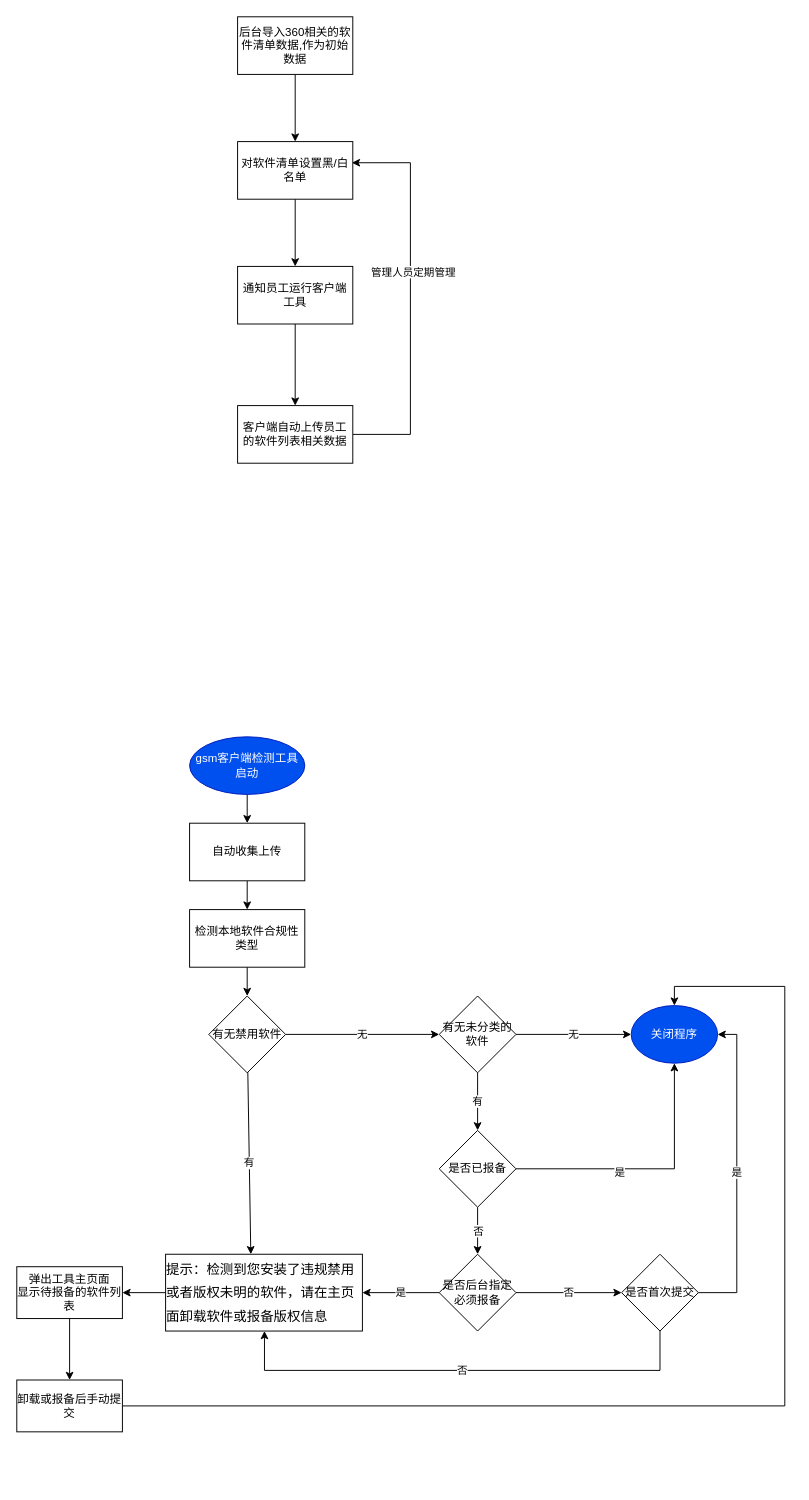
This is page "流程图" (6 of 8) of 正版软件管理.drawio from mashifei/uml, a draw.io file, before an edit. Source tidied: cells renumbered, new cells numbered last; positions are measured from the earlier drawing's top-left corner, leaving out a move shared by most shapes. Both pictures are drawn from the tidied source at 96%, with x=0, y=0 at pixel (16, 16).
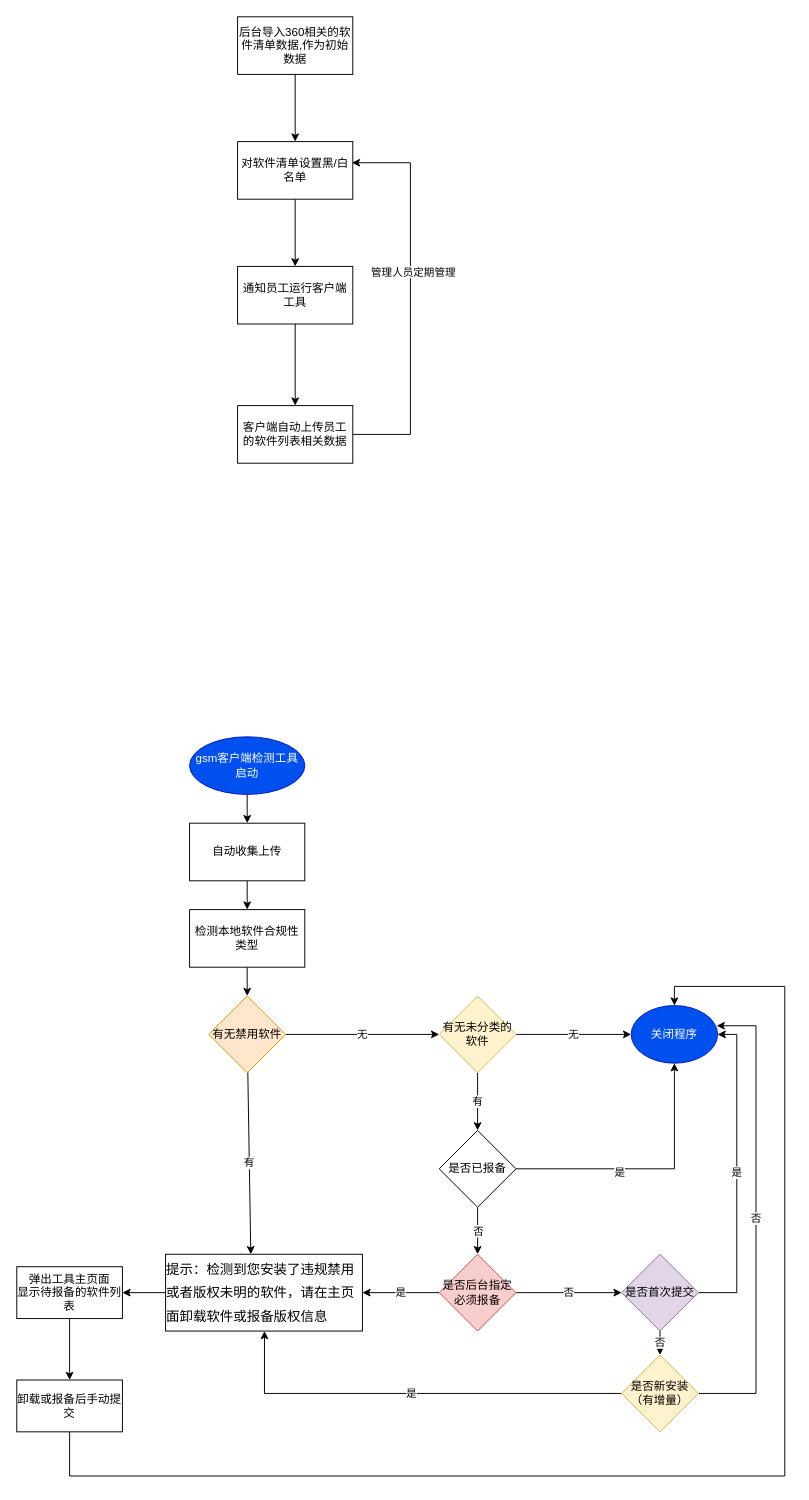
After the change.

Unchanged cells that the change refers to:
```xml
<mxCell id="16" value="&lt;div style=&quot;text-align: left ; line-height: 1.75 ; font-size: 14px&quot;&gt;提示：检测到您安装了违规禁用或者版权未明的软件，请在主页面卸载软件或报备版权信息&lt;/div&gt;" style="rounded=0;whiteSpace=wrap;html=1;" parent="1" vertex="1">
  <mxGeometry x="155" y="1289" width="205" height="80" as="geometry" />
</mxCell>
<mxCell id="25" value="关闭程序" style="ellipse;whiteSpace=wrap;html=1;rounded=1;shadow=0;glass=0;fontColor=#ffffff;align=center;fillColor=#0050ef;strokeColor=#001DBC;" parent="1" vertex="1">
  <mxGeometry x="640" y="1030" width="90" height="60" as="geometry" />
</mxCell>
<mxCell id="39" value="卸载或报备后手动提交" style="rounded=0;whiteSpace=wrap;html=1;" parent="1" vertex="1">
  <mxGeometry y="1420" width="110" height="54" as="geometry" />
</mxCell>
```

What changed in the source:
```diff
@@
-    <mxCell id="19" value="有无禁用软件" style="rhombus;whiteSpace=wrap;html=1;shadow=0;glass=1;align=center;" parent="1" vertex="1">
+    <mxCell id="19" value="有无禁用软件" style="rhombus;whiteSpace=wrap;html=1;shadow=0;glass=1;align=center;fillColor=#ffe6cc;strokeColor=#d79b00;" parent="1" vertex="1">
       <mxGeometry x="200" y="1020" width="80" height="80" as="geometry" />
     </mxCell>
@@
-    <mxCell id="24" value="有无未分类的软件" style="rhombus;whiteSpace=wrap;html=1;shadow=0;glass=1;align=center;" parent="1" vertex="1">
+    <mxCell id="24" value="有无未分类的软件" style="rhombus;whiteSpace=wrap;html=1;shadow=0;glass=1;align=center;fillColor=#fff2cc;strokeColor=#d6b656;" parent="1" vertex="1">
       <mxGeometry x="440" y="1020" width="80" height="80" as="geometry" />
     </mxCell>
@@
-    <mxCell id="34" value="&lt;span&gt;是否后台指定必须报备&lt;/span&gt;" style="rhombus;whiteSpace=wrap;html=1;shadow=0;glass=1;fontColor=#000000;align=center;" parent="1" vertex="1">
+    <mxCell id="34" value="&lt;span&gt;是否后台指定必须报备&lt;/span&gt;" style="rhombus;whiteSpace=wrap;html=1;shadow=0;glass=1;align=center;fillColor=#f8cecc;strokeColor=#b85450;" parent="1" vertex="1">
       <mxGeometry x="440" y="1289" width="80" height="80" as="geometry" />
     </mxCell>
@@
-    <mxCell id="36" value="否" style="edgeStyle=orthogonalEdgeStyle;rounded=0;jettySize=auto;html=1;endArrow=classic;endFill=1;fontColor=#000000;" parent="1" edge="1" source="37">
-      <mxGeometry relative="1" as="geometry">
-        <mxPoint x="258" y="1369" as="targetPoint" />
-        <Array as="points">
-          <mxPoint x="670" y="1410" />
-          <mxPoint x="258" y="1410" />
-        </Array>
-      </mxGeometry>
-    </mxCell>
+    <mxCell id="40" value="否" style="edgeStyle=orthogonalEdgeStyle;rounded=0;jettySize=auto;html=1;entryX=0.5;entryY=0;entryDx=0;entryDy=0;endArrow=classic;endFill=1;" parent="1" edge="1" source="37" target="43">
+      <mxGeometry relative="1" as="geometry" />
+    </mxCell>
-    <mxCell id="37" value="&lt;span&gt;是否首次提交&lt;/span&gt;" style="rhombus;whiteSpace=wrap;html=1;shadow=0;glass=1;fontColor=#000000;align=center;" parent="1" vertex="1">
+    <mxCell id="37" value="&lt;span&gt;是否首次提交&lt;/span&gt;" style="rhombus;whiteSpace=wrap;html=1;shadow=0;glass=1;align=center;fillColor=#e1d5e7;strokeColor=#9673a6;" parent="1" vertex="1">
       <mxGeometry x="630" y="1289" width="80" height="80" as="geometry" />
     </mxCell>
     <mxCell id="38" style="edgeStyle=orthogonalEdgeStyle;rounded=0;jettySize=auto;html=1;entryX=0.5;entryY=0;entryDx=0;entryDy=0;endArrow=classic;endFill=1;fontColor=#000000;" parent="1" edge="1" source="39" target="25">
       <mxGeometry relative="1" as="geometry">
         <Array as="points">
-          <mxPoint x="800" y="1447" />
+          <mxPoint x="55" y="1520" />
+          <mxPoint x="800" y="1520" />
           <mxPoint x="800" y="1010" />
           <mxPoint x="685" y="1010" />
         </Array>
       </mxGeometry>
     </mxCell>
@@
+    <mxCell id="41" value="否" style="edgeStyle=orthogonalEdgeStyle;rounded=0;jettySize=auto;html=1;entryX=0.989;entryY=0.35;entryDx=0;entryDy=0;entryPerimeter=0;endArrow=classic;endFill=1;" parent="1" edge="1" source="43" target="25">
+      <mxGeometry relative="1" as="geometry">
+        <Array as="points">
+          <mxPoint x="770" y="1434" />
+          <mxPoint x="770" y="1051" />
+        </Array>
+      </mxGeometry>
+    </mxCell>
+    <mxCell id="42" value="是" style="edgeStyle=orthogonalEdgeStyle;rounded=0;jettySize=auto;html=1;endArrow=classic;endFill=1;" parent="1" edge="1" source="43" target="16">
+      <mxGeometry relative="1" as="geometry">
+        <Array as="points">
+          <mxPoint x="258" y="1434" />
+        </Array>
+      </mxGeometry>
+    </mxCell>
+    <mxCell id="43" value="&lt;span&gt;是否新安装（有增量）&lt;/span&gt;" style="rhombus;whiteSpace=wrap;html=1;shadow=0;glass=1;align=center;fillColor=#fff2cc;strokeColor=#d6b656;" parent="1" vertex="1">
+      <mxGeometry x="630" y="1394" width="80" height="80" as="geometry" />
+    </mxCell>
```
